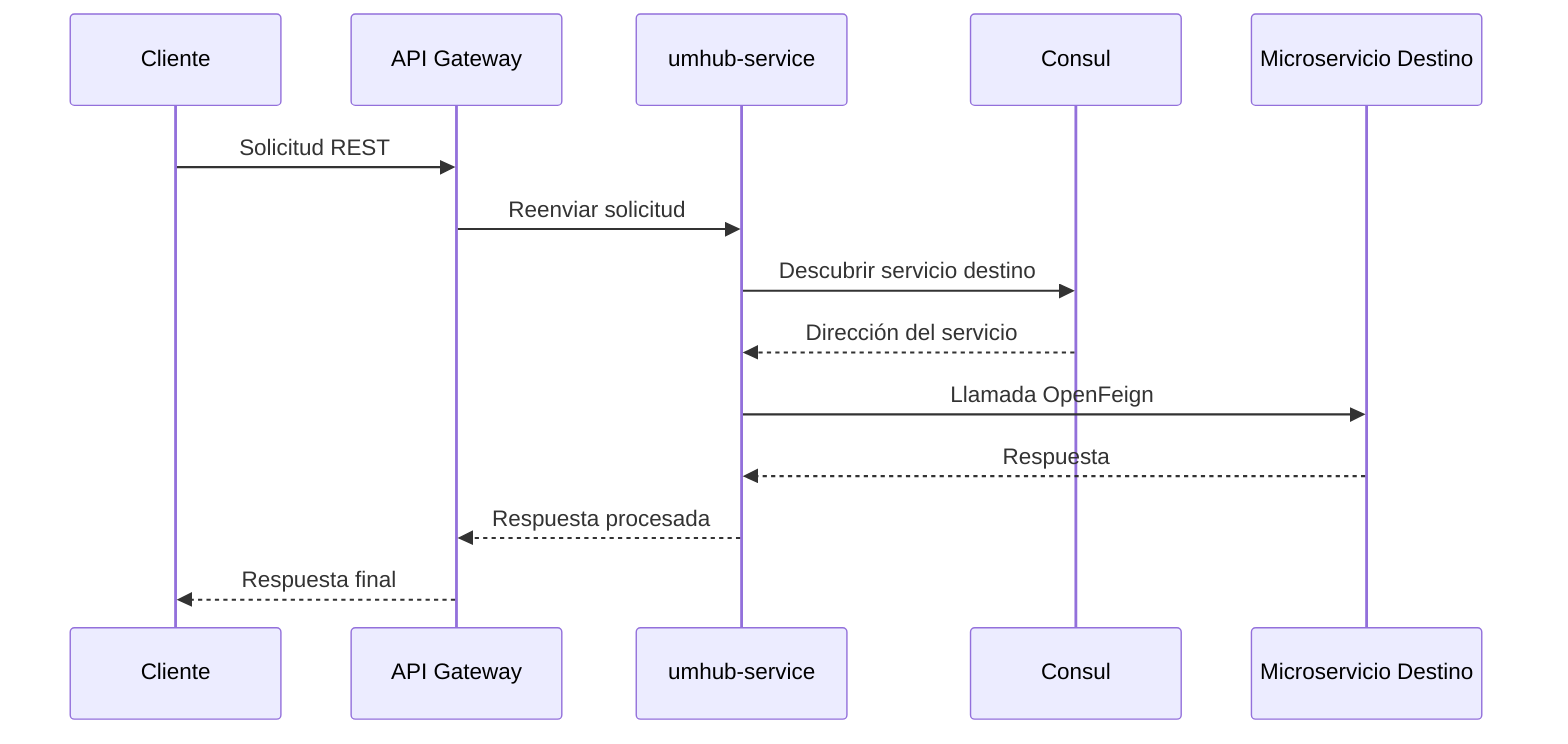
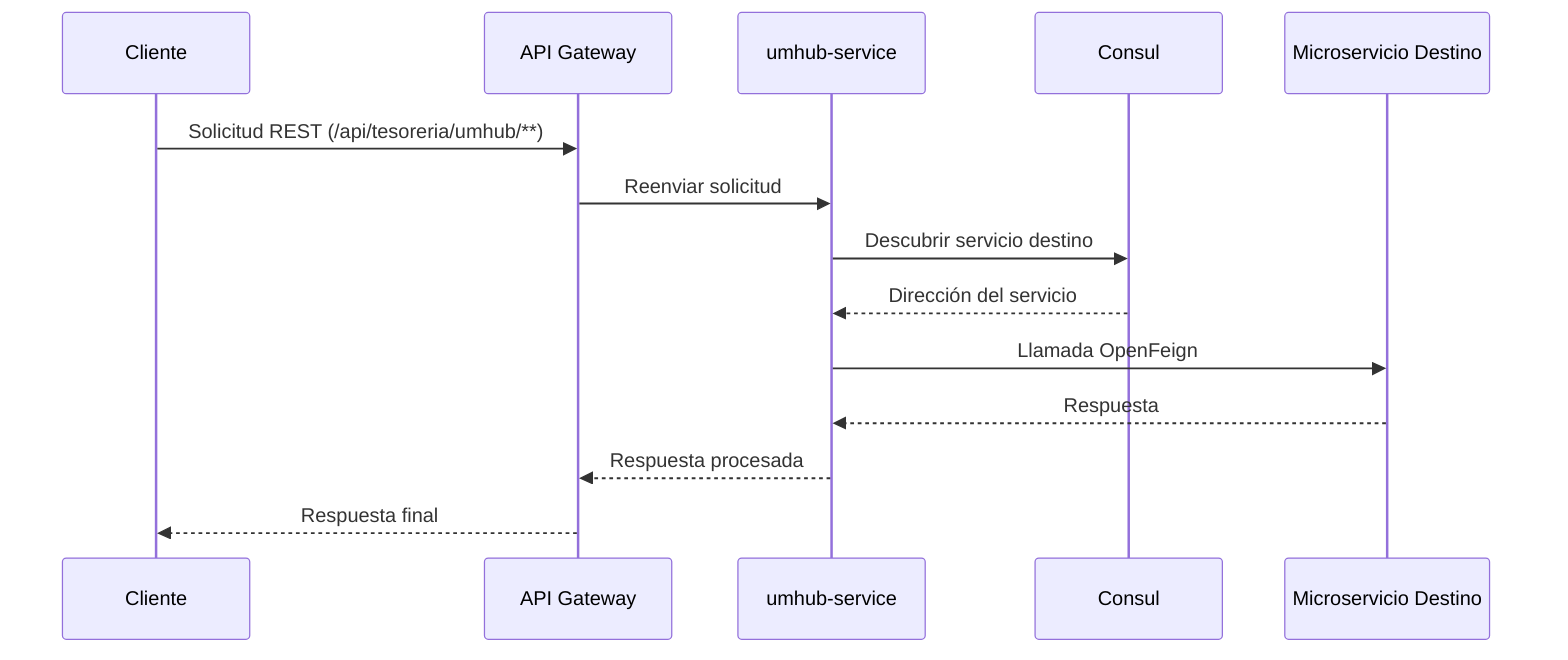
```mermaid
sequenceDiagram
    participant C as Cliente
    participant GW as API Gateway
    participant H as umhub-service
    participant CON as Consul
    participant SVC as Microservicio Destino

-     C->>GW: Solicitud REST
+     C->>GW: Solicitud REST (/api/tesoreria/umhub/**)
    GW->>H: Reenviar solicitud
    H->>CON: Descubrir servicio destino
    CON-->>H: Dirección del servicio
    H->>SVC: Llamada OpenFeign
    SVC-->>H: Respuesta
    H-->>GW: Respuesta procesada
    GW-->>C: Respuesta final
```